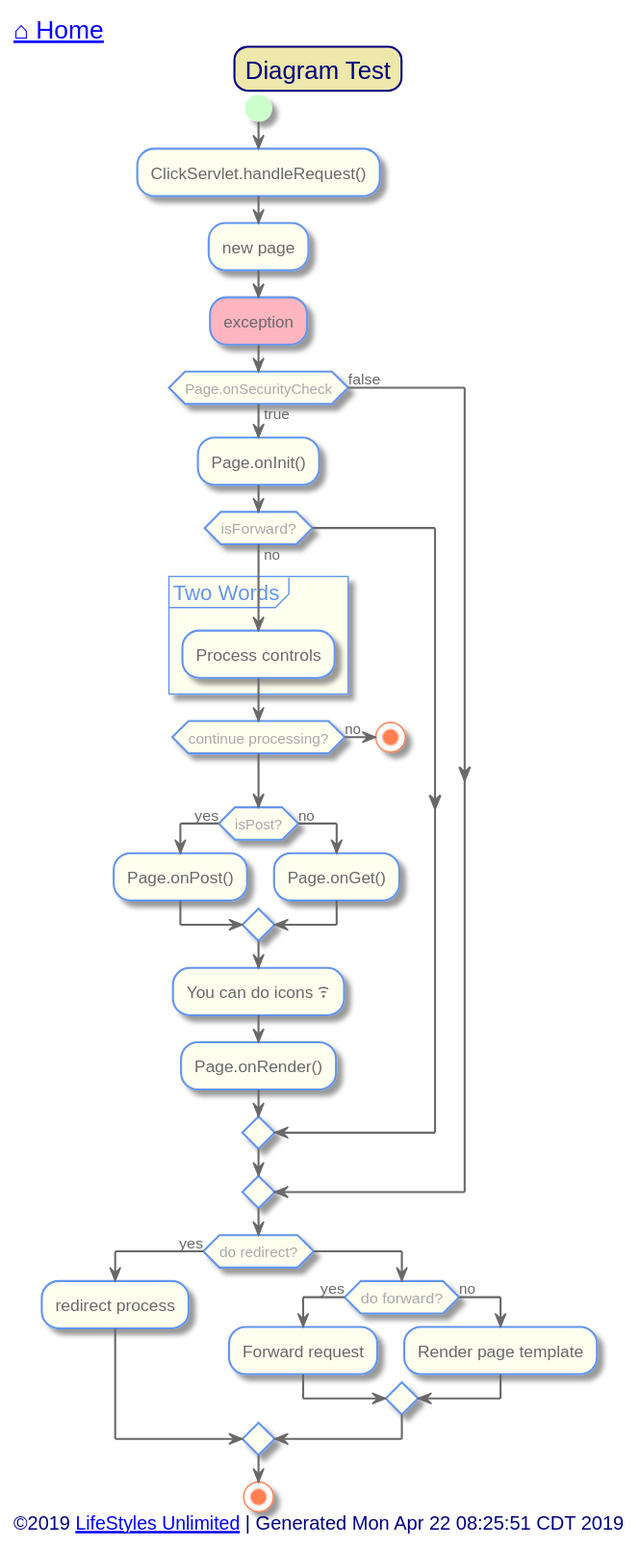
Above: out/src/test/diagram-test.svg in toddmo/lifestylesunlimited (PlantUML), before the change.
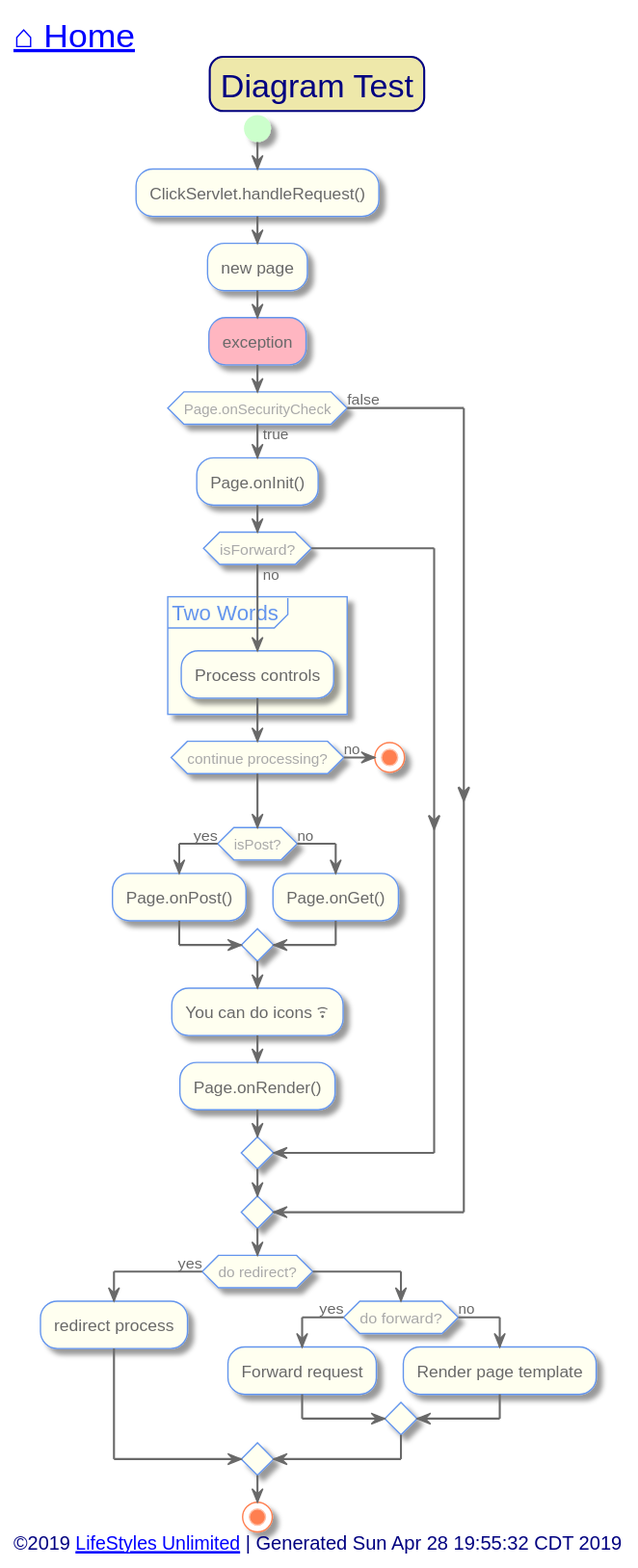
The same diagram one commit later.

What changed in the source:
```diff
@@ -11,11 +11,13 @@
   BackgroundColor PaleGoldenRod
   BorderColor Navy
   BorderRoundCorner 20
+  FontSize 24
 }
 
 skinparam activity {
   BackgroundColor Ivory
   BorderColor CornflowerBlue
+  BorderThickness 1
   FontColor DimGray
 
 
@@ -73,7 +75,7 @@
 
 
 left header
-	<font color=Navy size=18>[[../index.svg ⌂ Home]]</font>
+	<font color=Navy size=24>[[../index.svg ⌂ Home]]</font>
 endheader
 
 
@@ -123,7 +125,7 @@
 
 
 left footer
-	<font size=14>©2019 [[http://www.lifestylesunlimited.com LifeStyles Unlimited]] | Generated Mon Apr 22 08:25:51 CDT 2019</font>
+	<font size=14>©2019 [[http://www.lifestylesunlimited.com LifeStyles Unlimited]] | Generated Sun Apr 28 19:55:32 CDT 2019</font>
 endfooter
 
 
```
